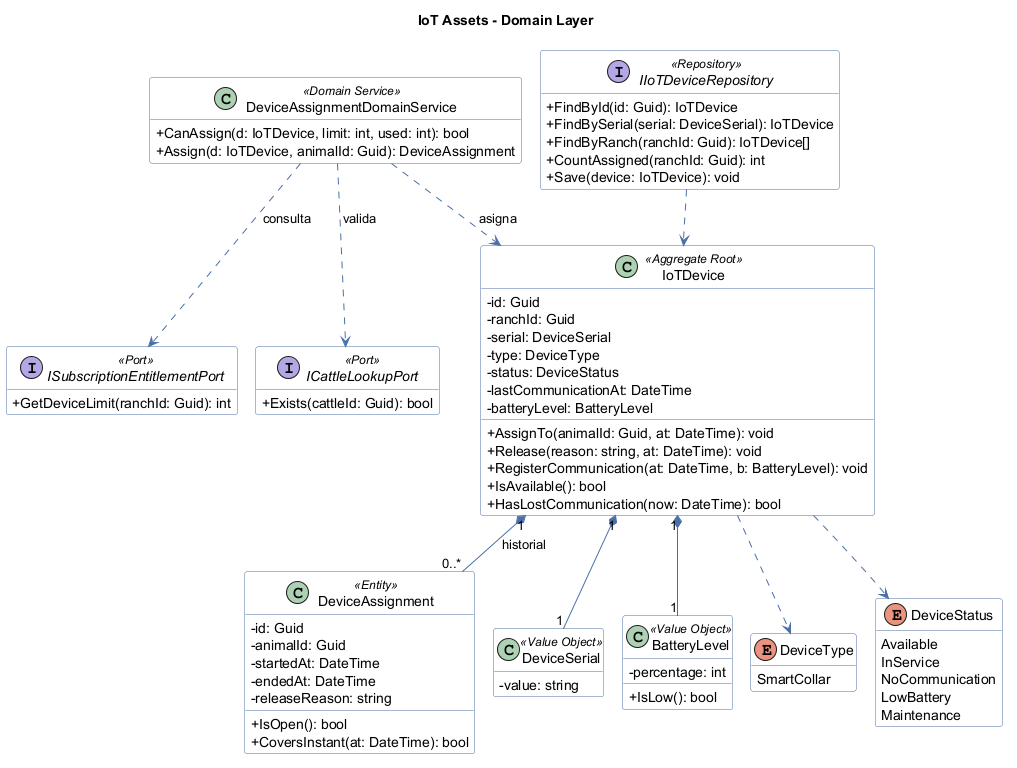
This is report/assets/images/diagrams/class-iot.png from five-smart-farm-creators/ichu-report, a PlantUML export, as it was before one commit. Its diagram source:
```plantuml
@startuml
!pragma layout smetana
skinparam classAttributeIconSize 0
skinparam shadowing false
skinparam linetype ortho
skinparam class {
  BackgroundColor #FFFFFF
  BorderColor #4A6FA5
  ArrowColor #4A6FA5
}
hide empty members
title IoT Assets - Domain Layer

class IoTDevice <<Aggregate Root>> {
  -id: Guid
  -ranchId: Guid
  -serial: DeviceSerial
  -type: DeviceType
  -status: DeviceStatus
  -lastCommunicationAt: DateTime
  -batteryLevel: BatteryLevel
  +AssignTo(animalId: Guid, at: DateTime): void
  +Release(reason: string, at: DateTime): void
  +RegisterCommunication(at: DateTime, b: BatteryLevel): void
  +IsAvailable(): bool
  +HasLostCommunication(now: DateTime): bool
}
class DeviceAssignment <<Entity>> {
  -id: Guid
  -animalId: Guid
  -startedAt: DateTime
  -endedAt: DateTime
  -releaseReason: string
  +IsOpen(): bool
  +CoversInstant(at: DateTime): bool
}
class DeviceSerial <<Value Object>> {
  -value: string
}
class BatteryLevel <<Value Object>> {
  -percentage: int
  +IsLow(): bool
}
enum DeviceType {
  SmartCollar
}
enum DeviceStatus {
  Available
  InService
  NoCommunication
  LowBattery
  Maintenance
}
class DeviceAssignmentDomainService <<Domain Service>> {
  +CanAssign(d: IoTDevice, limit: int, used: int): bool
  +Assign(d: IoTDevice, animalId: Guid): DeviceAssignment
}
interface IIoTDeviceRepository <<Repository>> {
  +FindById(id: Guid): IoTDevice
  +FindBySerial(serial: DeviceSerial): IoTDevice
  +FindByRanch(ranchId: Guid): IoTDevice[]
  +CountAssigned(ranchId: Guid): int
  +Save(device: IoTDevice): void
}
interface ISubscriptionEntitlementPort <<Port>> {
  +GetDeviceLimit(ranchId: Guid): int
}
interface ICattleLookupPort <<Port>> {
  +Exists(cattleId: Guid): bool
}
IoTDevice "1" *-- "0..*" DeviceAssignment : historial >
IoTDevice "1" *-- "1" DeviceSerial
IoTDevice "1" *-- "1" BatteryLevel
IoTDevice ..> DeviceType
IoTDevice ..> DeviceStatus
DeviceAssignmentDomainService ..> IoTDevice : asigna >
DeviceAssignmentDomainService ..> ISubscriptionEntitlementPort : consulta >
DeviceAssignmentDomainService ..> ICattleLookupPort : valida >
IIoTDeviceRepository ..> IoTDevice
@enduml
```
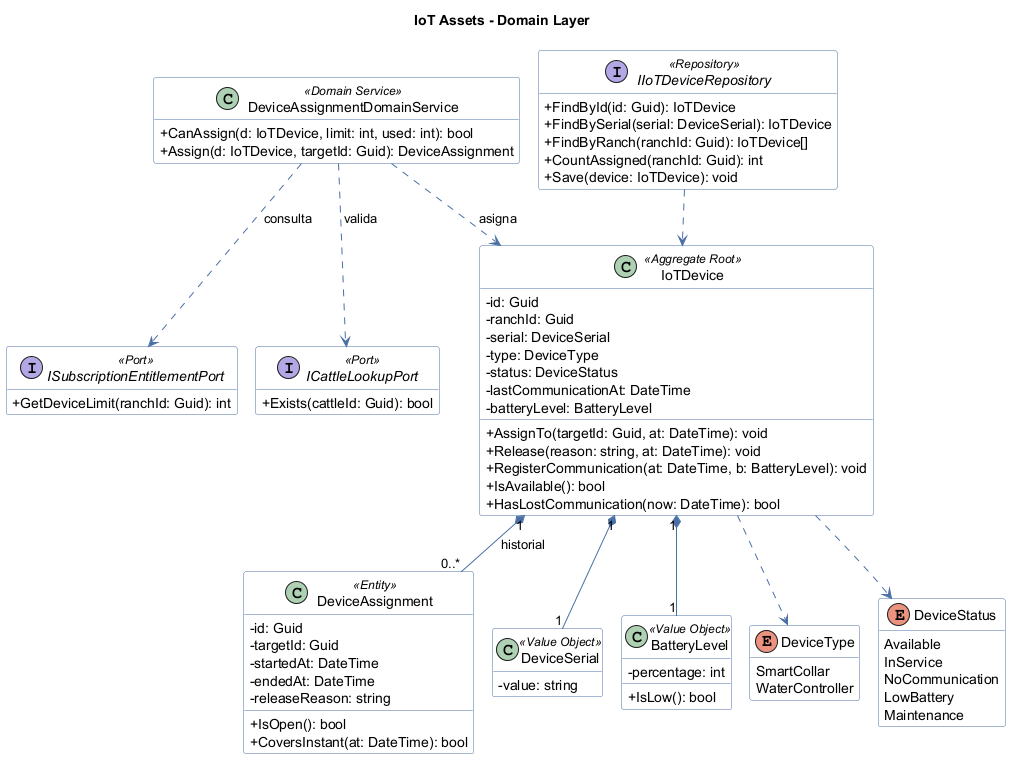
After the commit.

Diff of the diagram source:
```diff
@@ -19,7 +19,7 @@
   -status: DeviceStatus
   -lastCommunicationAt: DateTime
   -batteryLevel: BatteryLevel
-  +AssignTo(animalId: Guid, at: DateTime): void
+  +AssignTo(targetId: Guid, at: DateTime): void
   +Release(reason: string, at: DateTime): void
   +RegisterCommunication(at: DateTime, b: BatteryLevel): void
   +IsAvailable(): bool
@@ -27,7 +27,7 @@
 }
 class DeviceAssignment <<Entity>> {
   -id: Guid
-  -animalId: Guid
+  -targetId: Guid
   -startedAt: DateTime
   -endedAt: DateTime
   -releaseReason: string
@@ -43,6 +43,7 @@
 }
 enum DeviceType {
   SmartCollar
+  WaterController
 }
 enum DeviceStatus {
   Available
@@ -53,7 +54,7 @@
 }
 class DeviceAssignmentDomainService <<Domain Service>> {
   +CanAssign(d: IoTDevice, limit: int, used: int): bool
-  +Assign(d: IoTDevice, animalId: Guid): DeviceAssignment
+  +Assign(d: IoTDevice, targetId: Guid): DeviceAssignment
 }
 interface IIoTDeviceRepository <<Repository>> {
   +FindById(id: Guid): IoTDevice
```
